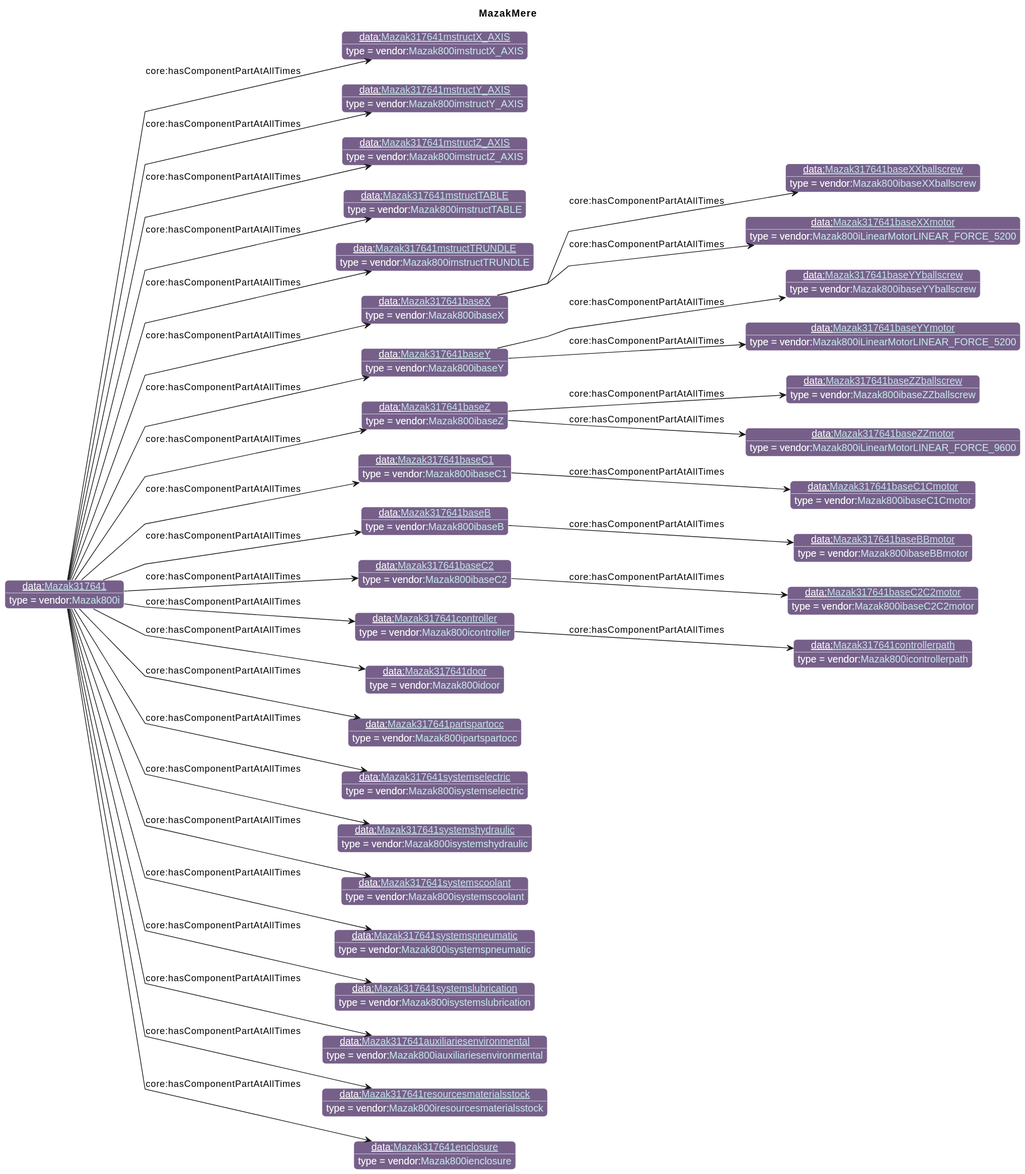
Earlier version of the PlantUML export diagrams/MazakMere.svg (iofoundry/example-syseng-mtconnect).
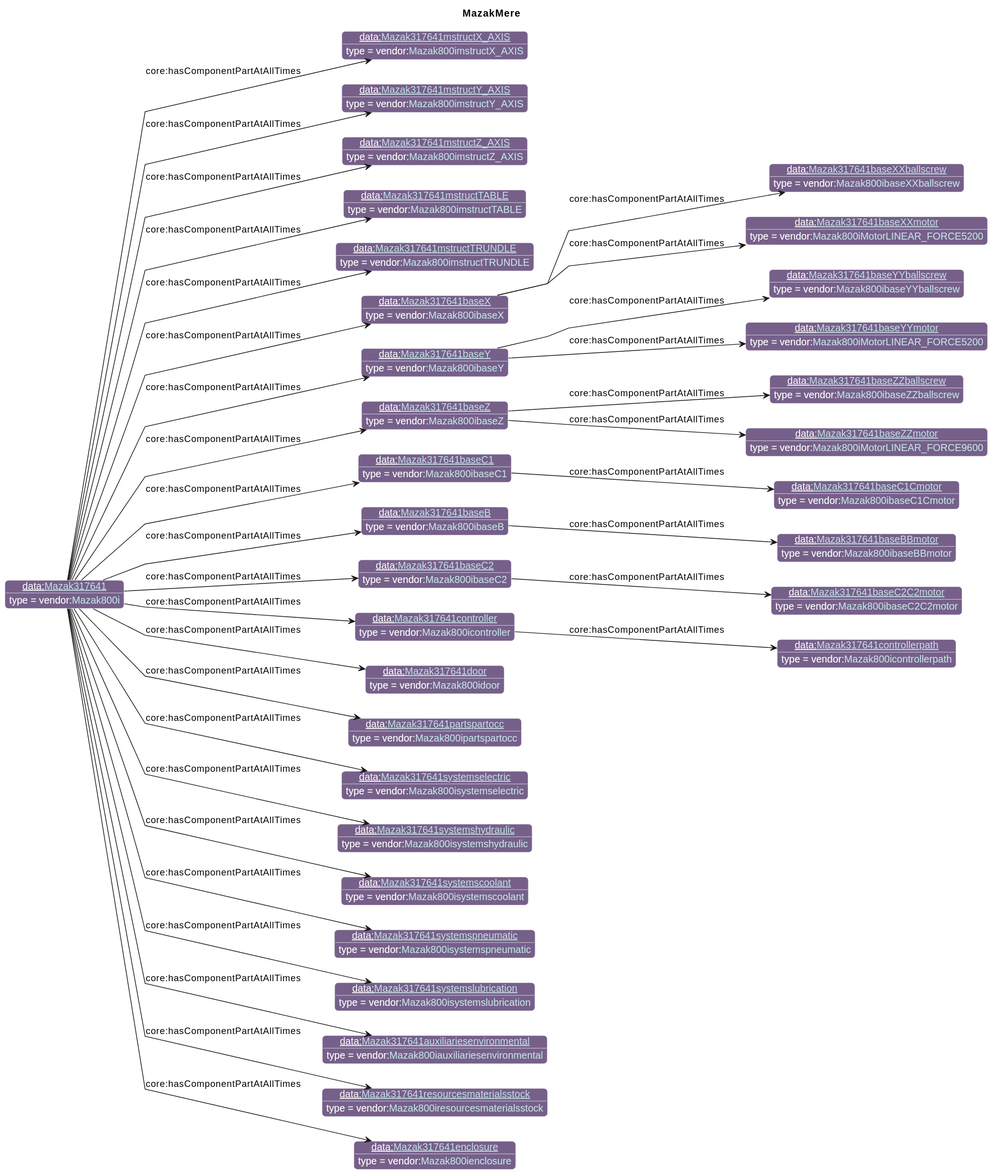
After the commit.

What changed in the source:
```diff
@@ -33,13 +33,13 @@
 individual(o5, data:[[./Mazak317641mstructTRUNDLE.html Mazak317641mstructTRUNDLE]], vendor:[[../Mazak.html#Mazak800imstructTRUNDLE Mazak800imstructTRUNDLE]])
 individual(o6, data:[[./Mazak317641baseX.html Mazak317641baseX]], vendor:[[../Mazak.html#Mazak800ibaseX Mazak800ibaseX]])
 individual(o7, data:[[./Mazak317641baseXXballscrew.html Mazak317641baseXXballscrew]], vendor:[[../Mazak.html#Mazak800ibaseXXballscrew Mazak800ibaseXXballscrew]])
-individual(o8, data:[[./Mazak317641baseXXmotor.html Mazak317641baseXXmotor]], vendor:[[../Mazak.html#Mazak800iLinearMotorLINEAR_FORCE_5200 Mazak800iLinearMotorLINEAR_FORCE_5200]])
+individual(o8, data:[[./Mazak317641baseXXmotor.html Mazak317641baseXXmotor]], vendor:[[../Mazak.html#Mazak800iMotorLINEAR_FORCE5200 Mazak800iMotorLINEAR_FORCE5200]])
 individual(o9, data:[[./Mazak317641baseY.html Mazak317641baseY]], vendor:[[../Mazak.html#Mazak800ibaseY Mazak800ibaseY]])
 individual(o10, data:[[./Mazak317641baseYYballscrew.html Mazak317641baseYYballscrew]], vendor:[[../Mazak.html#Mazak800ibaseYYballscrew Mazak800ibaseYYballscrew]])
-individual(o11, data:[[./Mazak317641baseYYmotor.html Mazak317641baseYYmotor]], vendor:[[../Mazak.html#Mazak800iLinearMotorLINEAR_FORCE_5200 Mazak800iLinearMotorLINEAR_FORCE_5200]])
+individual(o11, data:[[./Mazak317641baseYYmotor.html Mazak317641baseYYmotor]], vendor:[[../Mazak.html#Mazak800iMotorLINEAR_FORCE5200 Mazak800iMotorLINEAR_FORCE5200]])
 individual(o12, data:[[./Mazak317641baseZ.html Mazak317641baseZ]], vendor:[[../Mazak.html#Mazak800ibaseZ Mazak800ibaseZ]])
 individual(o13, data:[[./Mazak317641baseZZballscrew.html Mazak317641baseZZballscrew]], vendor:[[../Mazak.html#Mazak800ibaseZZballscrew Mazak800ibaseZZballscrew]])
-individual(o14, data:[[./Mazak317641baseZZmotor.html Mazak317641baseZZmotor]], vendor:[[../Mazak.html#Mazak800iLinearMotorLINEAR_FORCE_9600 Mazak800iLinearMotorLINEAR_FORCE_9600]])
+individual(o14, data:[[./Mazak317641baseZZmotor.html Mazak317641baseZZmotor]], vendor:[[../Mazak.html#Mazak800iMotorLINEAR_FORCE9600 Mazak800iMotorLINEAR_FORCE9600]])
 individual(o15, data:[[./Mazak317641baseC1.html Mazak317641baseC1]], vendor:[[../Mazak.html#Mazak800ibaseC1 Mazak800ibaseC1]])
 individual(o16, data:[[./Mazak317641baseC1Cmotor.html Mazak317641baseC1Cmotor]], vendor:[[../Mazak.html#Mazak800ibaseC1Cmotor Mazak800ibaseC1Cmotor]])
 individual(o17, data:[[./Mazak317641baseB.html Mazak317641baseB]], vendor:[[../Mazak.html#Mazak800ibaseB Mazak800ibaseB]])
```
